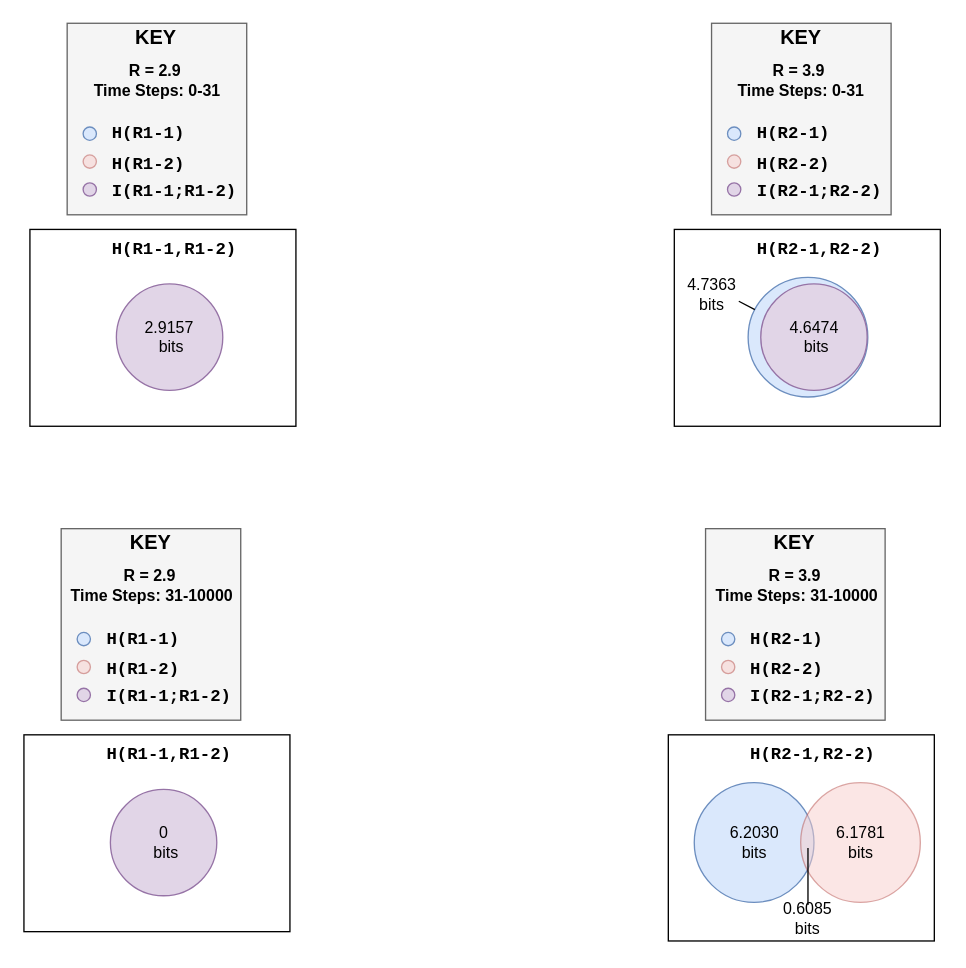
This is Project1/figures/Untitled Diagram.drawio from skhalsa10/CS523, a draw.io file, before an edit. Source tidied: cells renumbered, new cells numbered last; positions are measured from the earlier drawing's top-left corner, leaving out a move shared by most shapes. Both pictures are drawn from the tidied source at 133%, with x=0, y=0 at pixel (24, 23).
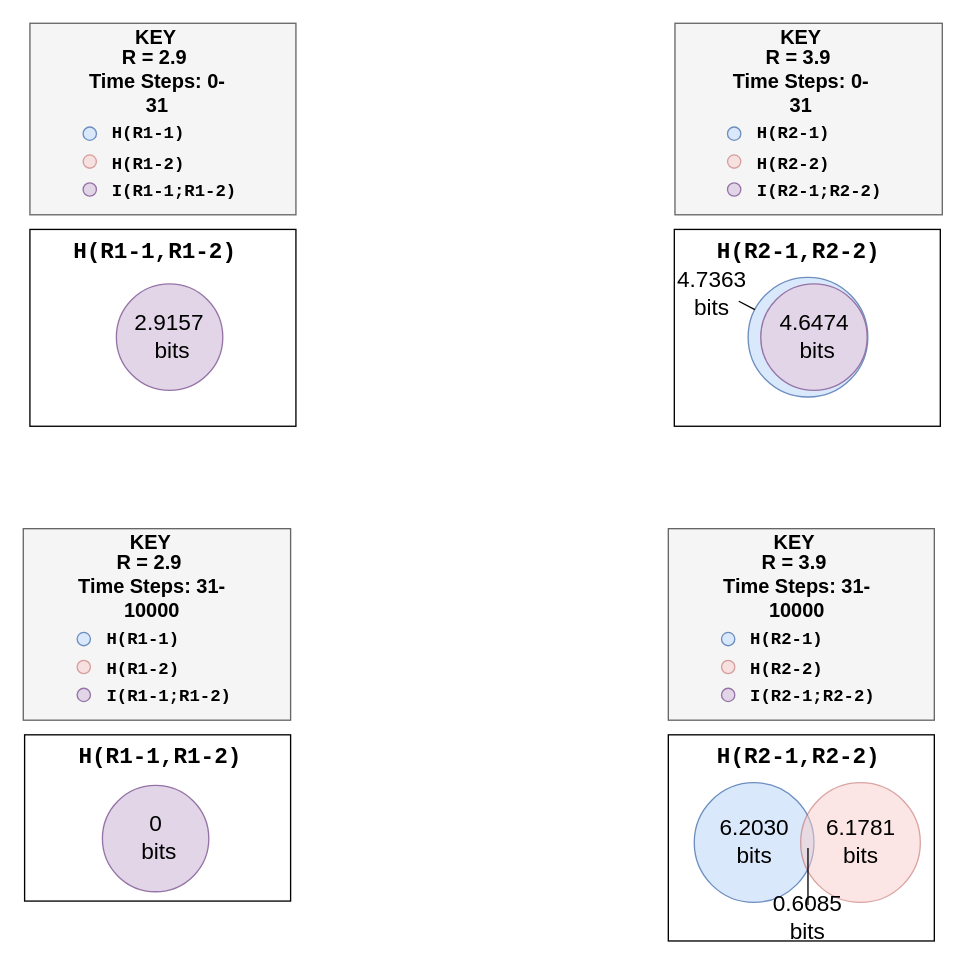
The same diagram, later.

Commit message (it also covers changes not shown here):
added part 4 code and figures

The edit, as a diff of the source:
```diff
@@
     <mxCell id="4" style="rounded=0;whiteSpace=wrap;html=1;fillColor=#f5f5f5;strokeColor=#666666;fontColor=#333333;" parent="1" vertex="1">
-      <mxGeometry x="32" width="135" height="144" as="geometry" />
+      <mxGeometry x="4" width="200" height="144" as="geometry" />
     </mxCell>
@@
-    <mxCell id="12" value="&lt;font face=&quot;Courier New&quot; style=&quot;font-size: 13px&quot;&gt;&lt;b&gt;H(R1-1,R1-2)&lt;/b&gt;&lt;/font&gt;" style="text;html=1;align=left;verticalAlign=top;spacingTop=-4;" parent="1" vertex="1">
-      <mxGeometry x="64" y="160" width="110" height="20" as="geometry" />
+    <mxCell id="12" value="&lt;font face=&quot;Courier New&quot; size=&quot;1&quot;&gt;&lt;b style=&quot;font-size: 17px&quot;&gt;H(R1-1,R1-2)&lt;/b&gt;&lt;/font&gt;" style="text;html=1;align=left;verticalAlign=top;spacingTop=-4;" parent="1" vertex="1">
+      <mxGeometry x="34.5" y="160" width="140" height="20" as="geometry" />
     </mxCell>
-    <mxCell id="13" value="2.9157&lt;br&gt;&amp;nbsp;bits" style="ellipse;whiteSpace=wrap;html=1;fillColor=#e1d5e7;strokeColor=#9673a6;" parent="1" vertex="1">
+    <mxCell id="13" value="&lt;font style=&quot;font-size: 17px&quot;&gt;2.9157&lt;br&gt;&amp;nbsp;bits&lt;/font&gt;" style="ellipse;whiteSpace=wrap;html=1;fillColor=#e1d5e7;strokeColor=#9673a6;" parent="1" vertex="1">
       <mxGeometry x="69" y="196" width="80" height="80" as="geometry" />
     </mxCell>
@@
-    <mxCell id="15" value="&lt;b&gt;R = 2.9&amp;nbsp;&lt;br&gt;Time Steps: 0-31&lt;br&gt;&lt;/b&gt;" style="text;html=1;strokeColor=none;fillColor=none;align=center;verticalAlign=middle;whiteSpace=wrap;rounded=0;" parent="1" vertex="1">
+    <mxCell id="15" value="&lt;b style=&quot;font-size: 15px&quot;&gt;R = 2.9&amp;nbsp;&lt;br&gt;Time Steps: 0-31&lt;br&gt;&lt;/b&gt;" style="text;html=1;strokeColor=none;fillColor=none;align=center;verticalAlign=middle;whiteSpace=wrap;rounded=0;" parent="1" vertex="1">
       <mxGeometry x="44.5" y="23" width="110" height="40" as="geometry" />
     </mxCell>
     <mxCell id="16" style="rounded=0;whiteSpace=wrap;html=1;fillColor=#f5f5f5;strokeColor=#666666;fontColor=#333333;" parent="1" vertex="1">
-      <mxGeometry x="27.5" y="380" width="135" height="144" as="geometry" />
+      <mxGeometry x="-1" y="380" width="201" height="144" as="geometry" />
     </mxCell>
@@
     <mxCell id="23" style="rounded=0;whiteSpace=wrap;html=1;" parent="1" vertex="1">
-      <mxGeometry x="-0.5" y="535" width="200" height="148" as="geometry" />
+      <mxGeometry y="535" width="200" height="125" as="geometry" />
     </mxCell>
-    <mxCell id="24" value="&lt;font face=&quot;Courier New&quot; style=&quot;font-size: 13px&quot;&gt;&lt;b&gt;H(R1-1,R1-2)&lt;/b&gt;&lt;/font&gt;" style="text;html=1;align=left;verticalAlign=top;spacingTop=-4;" parent="1" vertex="1">
-      <mxGeometry x="59.5" y="540" width="110" height="20" as="geometry" />
+    <mxCell id="24" value="&lt;font face=&quot;Courier New&quot; size=&quot;1&quot;&gt;&lt;b style=&quot;font-size: 17px&quot;&gt;H(R1-1,R1-2)&lt;/b&gt;&lt;/font&gt;" style="text;html=1;align=left;verticalAlign=top;spacingTop=-4;" parent="1" vertex="1">
+      <mxGeometry x="39" y="540" width="140" height="20" as="geometry" />
     </mxCell>
-    <mxCell id="25" value="0&lt;br&gt;&amp;nbsp;bits" style="ellipse;whiteSpace=wrap;html=1;fillColor=#e1d5e7;strokeColor=#9673a6;" parent="1" vertex="1">
-      <mxGeometry x="64.5" y="576" width="80" height="80" as="geometry" />
+    <mxCell id="25" value="&lt;font style=&quot;font-size: 17px&quot;&gt;0&lt;br&gt;&amp;nbsp;bits&lt;/font&gt;" style="ellipse;whiteSpace=wrap;html=1;fillColor=#e1d5e7;strokeColor=#9673a6;" parent="1" vertex="1">
+      <mxGeometry x="58.5" y="573" width="80" height="80" as="geometry" />
     </mxCell>
@@
-    <mxCell id="27" value="&lt;b&gt;R = 2.9&amp;nbsp;&lt;br&gt;Time Steps: 31-10000&lt;br&gt;&lt;/b&gt;" style="text;html=1;strokeColor=none;fillColor=none;align=center;verticalAlign=middle;whiteSpace=wrap;rounded=0;" parent="1" vertex="1">
+    <mxCell id="27" value="&lt;b style=&quot;font-size: 15px&quot;&gt;R = 2.9&amp;nbsp;&lt;br&gt;Time Steps: 31-10000&lt;br&gt;&lt;/b&gt;" style="text;html=1;strokeColor=none;fillColor=none;align=center;verticalAlign=middle;whiteSpace=wrap;rounded=0;" parent="1" vertex="1">
       <mxGeometry x="33" y="403" width="126" height="40" as="geometry" />
     </mxCell>
     <mxCell id="28" style="rounded=0;whiteSpace=wrap;html=1;fillColor=#f5f5f5;strokeColor=#666666;fontColor=#333333;" parent="1" vertex="1">
-      <mxGeometry x="516.5" width="135" height="144" as="geometry" />
+      <mxGeometry x="489" width="201" height="144" as="geometry" />
     </mxCell>
@@
-    <mxCell id="35" value="&lt;font face=&quot;Courier New&quot; style=&quot;font-size: 13px&quot;&gt;&lt;b&gt;H(R2-1,R2-2)&lt;/b&gt;&lt;/font&gt;" style="text;html=1;align=left;verticalAlign=top;spacingTop=-4;" parent="1" vertex="1">
-      <mxGeometry x="548.5" y="160" width="110" height="20" as="geometry" />
+    <mxCell id="35" value="&lt;font face=&quot;Courier New&quot; size=&quot;1&quot;&gt;&lt;b style=&quot;font-size: 17px&quot;&gt;H(R2-1,R2-2)&lt;/b&gt;&lt;/font&gt;" style="text;html=1;align=left;verticalAlign=top;spacingTop=-4;" parent="1" vertex="1">
+      <mxGeometry x="518.5" y="160" width="140" height="20" as="geometry" />
     </mxCell>
-    <mxCell id="36" value="4.6474&lt;br&gt;&amp;nbsp;bits" style="ellipse;whiteSpace=wrap;html=1;fillColor=#e1d5e7;strokeColor=#9673a6;" parent="1" vertex="1">
+    <mxCell id="36" value="&lt;font style=&quot;font-size: 17px&quot;&gt;4.6474&lt;br&gt;&amp;nbsp;bits&lt;/font&gt;" style="ellipse;whiteSpace=wrap;html=1;fillColor=#e1d5e7;strokeColor=#9673a6;" parent="1" vertex="1">
       <mxGeometry x="553.5" y="196" width="80" height="80" as="geometry" />
     </mxCell>
@@
-    <mxCell id="38" value="&lt;b&gt;R = 3.9&amp;nbsp;&lt;br&gt;Time Steps: 0-31&lt;br&gt;&lt;/b&gt;" style="text;html=1;strokeColor=none;fillColor=none;align=center;verticalAlign=middle;whiteSpace=wrap;rounded=0;" parent="1" vertex="1">
+    <mxCell id="38" value="&lt;b style=&quot;font-size: 15px&quot;&gt;R = 3.9&amp;nbsp;&lt;br&gt;Time Steps: 0-31&lt;br&gt;&lt;/b&gt;" style="text;html=1;strokeColor=none;fillColor=none;align=center;verticalAlign=middle;whiteSpace=wrap;rounded=0;" parent="1" vertex="1">
       <mxGeometry x="529" y="23" width="110" height="40" as="geometry" />
     </mxCell>
     <mxCell id="39" style="rounded=0;whiteSpace=wrap;html=1;fillColor=#f5f5f5;strokeColor=#666666;fontColor=#333333;" parent="1" vertex="1">
-      <mxGeometry x="512" y="380" width="135" height="144" as="geometry" />
+      <mxGeometry x="484" y="380" width="200" height="144" as="geometry" />
     </mxCell>
@@
-    <mxCell id="47" value="&lt;font face=&quot;Courier New&quot; style=&quot;font-size: 13px&quot;&gt;&lt;b&gt;H(R2-1,R2-2)&lt;/b&gt;&lt;/font&gt;" style="text;html=1;align=left;verticalAlign=top;spacingTop=-4;" parent="1" vertex="1">
-      <mxGeometry x="544" y="540" width="110" height="20" as="geometry" />
+    <mxCell id="47" value="&lt;font face=&quot;Courier New&quot; size=&quot;1&quot;&gt;&lt;b style=&quot;font-size: 17px&quot;&gt;H(R2-1,R2-2)&lt;/b&gt;&lt;/font&gt;" style="text;html=1;align=left;verticalAlign=top;spacingTop=-4;" parent="1" vertex="1">
+      <mxGeometry x="519" y="540" width="140" height="20" as="geometry" />
     </mxCell>
@@
-    <mxCell id="49" value="&lt;b&gt;R = 3.9&amp;nbsp;&lt;br&gt;Time Steps: 31-10000&lt;br&gt;&lt;/b&gt;" style="text;html=1;strokeColor=none;fillColor=none;align=center;verticalAlign=middle;whiteSpace=wrap;rounded=0;" parent="1" vertex="1">
+    <mxCell id="49" value="&lt;b style=&quot;font-size: 15px&quot;&gt;R = 3.9&amp;nbsp;&lt;br&gt;Time Steps: 31-10000&lt;br&gt;&lt;/b&gt;" style="text;html=1;strokeColor=none;fillColor=none;align=center;verticalAlign=middle;whiteSpace=wrap;rounded=0;" parent="1" vertex="1">
       <mxGeometry x="517.5" y="403" width="126" height="40" as="geometry" />
     </mxCell>
-    <mxCell id="50" value="4.7363&lt;br&gt;bits" style="text;html=1;strokeColor=none;fillColor=none;align=center;verticalAlign=middle;whiteSpace=wrap;rounded=0;" parent="1" vertex="1">
+    <mxCell id="50" value="&lt;font style=&quot;font-size: 17px&quot;&gt;4.7363&lt;br&gt;bits&lt;/font&gt;" style="text;html=1;strokeColor=none;fillColor=none;align=center;verticalAlign=middle;whiteSpace=wrap;rounded=0;" parent="1" vertex="1">
       <mxGeometry x="497" y="194" width="40" height="20" as="geometry" />
     </mxCell>
@@
-    <mxCell id="52" value="6.2030&lt;br&gt;bits" style="ellipse;whiteSpace=wrap;html=1;fillColor=#dae8fc;strokeColor=#6c8ebf;" parent="1" vertex="1">
+    <mxCell id="52" value="&lt;font style=&quot;font-size: 17px&quot;&gt;6.2030&lt;br&gt;bits&lt;/font&gt;" style="ellipse;whiteSpace=wrap;html=1;fillColor=#dae8fc;strokeColor=#6c8ebf;" parent="1" vertex="1">
       <mxGeometry x="503.5" y="571" width="90" height="90" as="geometry" />
     </mxCell>
-    <mxCell id="53" value="6.1781&lt;br&gt;bits" style="ellipse;whiteSpace=wrap;html=1;fillColor=#f8cecc;strokeColor=#b85450;opacity=50;" parent="1" vertex="1">
+    <mxCell id="53" value="&lt;font style=&quot;font-size: 17px&quot;&gt;6.1781&lt;br&gt;bits&lt;/font&gt;" style="ellipse;whiteSpace=wrap;html=1;fillColor=#f8cecc;strokeColor=#b85450;opacity=50;" parent="1" vertex="1">
       <mxGeometry x="583.5" y="571" width="90" height="90" as="geometry" />
     </mxCell>
-    <mxCell id="54" value="0.6085&lt;br&gt;bits" style="text;html=1;strokeColor=none;fillColor=none;align=center;verticalAlign=middle;whiteSpace=wrap;rounded=0;opacity=50;" parent="1" vertex="1">
+    <mxCell id="54" value="&lt;font style=&quot;font-size: 17px&quot;&gt;0.6085&lt;br&gt;bits&lt;/font&gt;" style="text;html=1;strokeColor=none;fillColor=none;align=center;verticalAlign=middle;whiteSpace=wrap;rounded=0;opacity=50;" parent="1" vertex="1">
       <mxGeometry x="569" y="663" width="40" height="20" as="geometry" />
     </mxCell>
```
